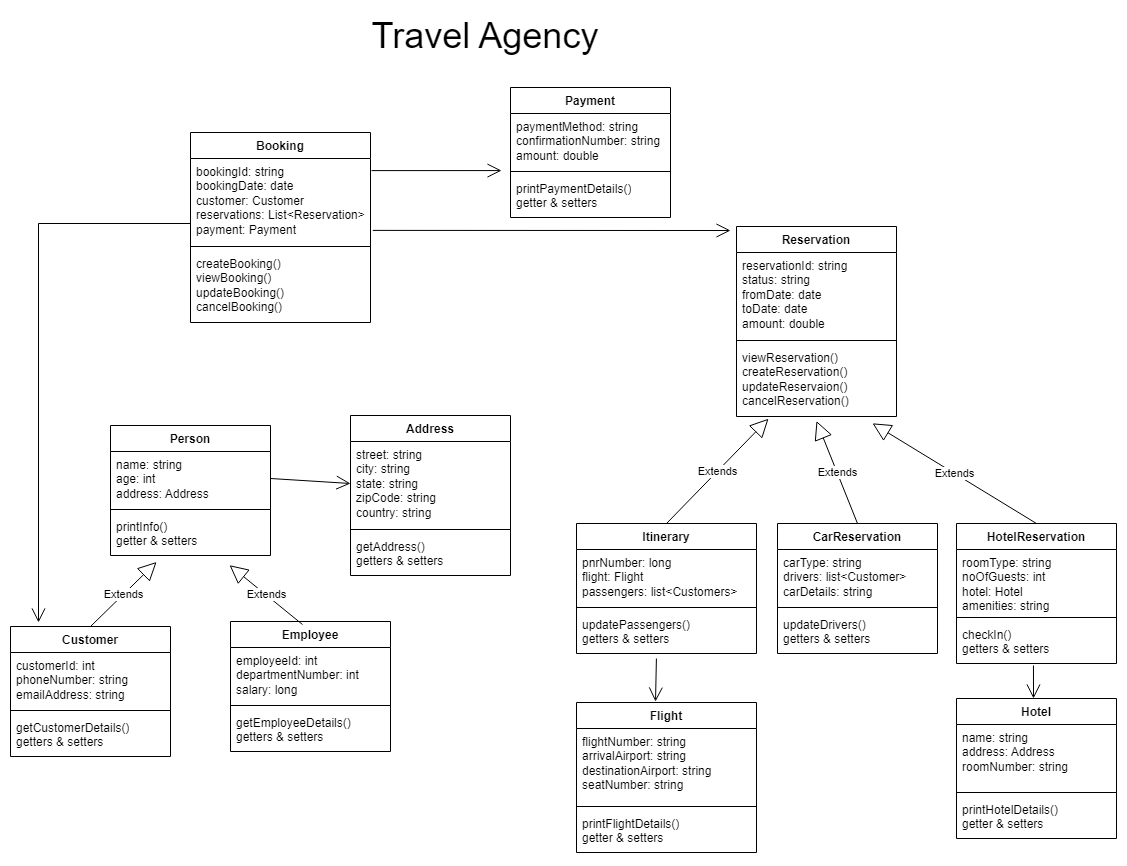
Before: TravelAgency.drawio.png, a diagram exported from draw.io (saranyag-solvd/Task-2-HW). Source tidied: cells renumbered, new cells last; positions are measured from the earlier drawing's top-left corner, leaving out a move shared by most shapes.
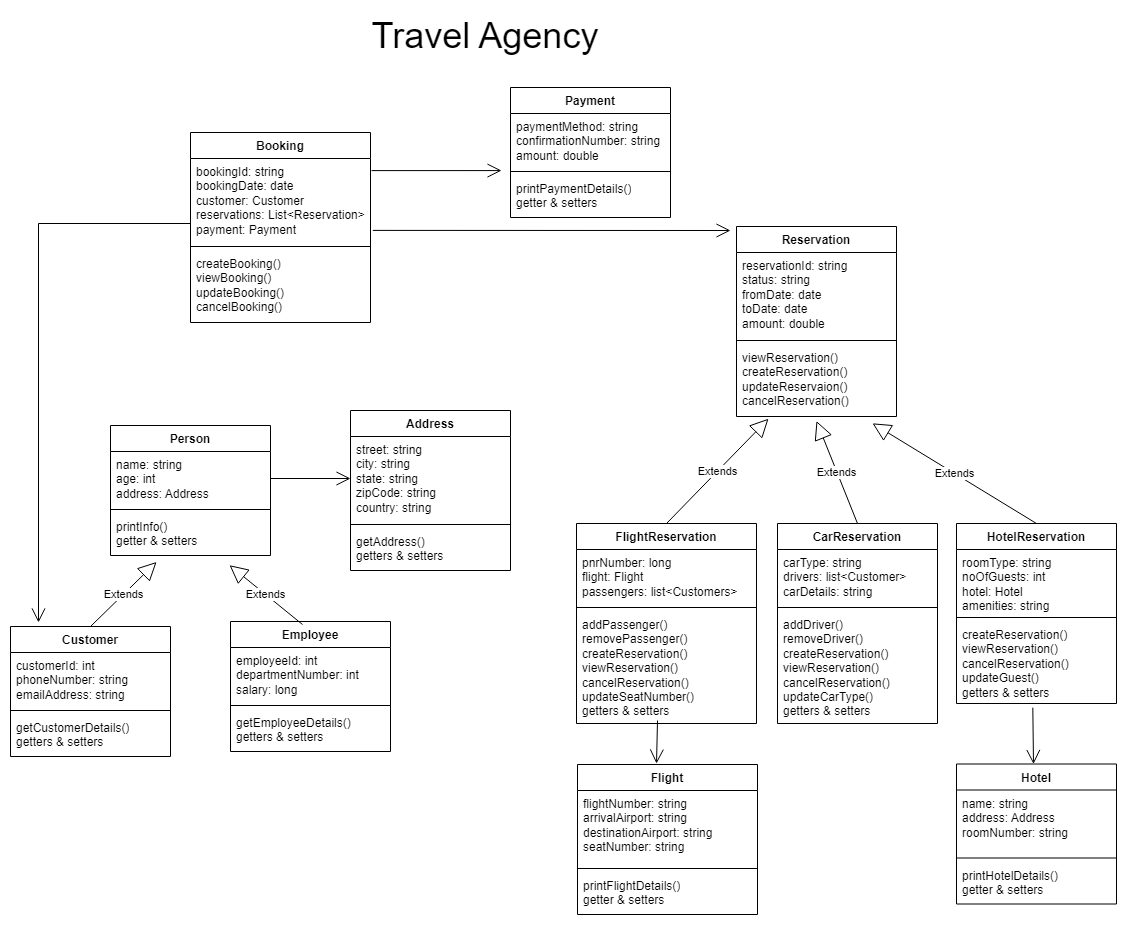
The same file after the commit.

Commit message:
Updated UML with latest methods

What changed in the source:
```diff
@@ -39,7 +39,7 @@
       <mxGeometry y="88" width="160" height="42" as="geometry" />
     </mxCell>
     <mxCell id="14" value="Address" style="swimlane;fontStyle=1;align=center;verticalAlign=top;horizontal=1;startSize=26;whiteSpace=wrap;html=1;" parent="1" vertex="1">
-      <mxGeometry x="340" y="405" width="160" height="160" as="geometry" />
+      <mxGeometry x="340" y="400" width="160" height="160" as="geometry" />
     </mxCell>
     <mxCell id="15" value="street: string&lt;br&gt;city: string&lt;br&gt;state: string&lt;br&gt;zipCode: string&lt;br&gt;country: string" style="text;strokeColor=none;fillColor=none;align=left;verticalAlign=top;spacingLeft=4;spacingRight=4;overflow=hidden;points=[[0,0.5],[1,0.5]];portConstraint=eastwest;whiteSpace=wrap;html=1;" parent="14" vertex="1">
       <mxGeometry y="26" width="160" height="84" as="geometry" />
@@ -62,8 +62,8 @@
     <mxCell id="21" value="createBooking()&lt;br&gt;viewBooking()&lt;br&gt;updateBooking()&lt;br&gt;cancelBooking()" style="text;strokeColor=none;fillColor=none;align=left;verticalAlign=top;spacingLeft=4;spacingRight=4;overflow=hidden;whiteSpace=wrap;html=1;" parent="18" vertex="1">
       <mxGeometry y="118" width="180" height="72" as="geometry" />
     </mxCell>
-    <mxCell id="22" value="Itinerary" style="swimlane;fontStyle=1;align=center;verticalAlign=top;horizontal=1;startSize=26;whiteSpace=wrap;html=1;" parent="1" vertex="1">
-      <mxGeometry x="566" y="513" width="180" height="130" as="geometry" />
+    <mxCell id="22" value="FlightReservation" style="swimlane;fontStyle=1;align=center;verticalAlign=top;horizontal=1;startSize=26;whiteSpace=wrap;html=1;" parent="1" vertex="1">
+      <mxGeometry x="566" y="513" width="180" height="200" as="geometry" />
     </mxCell>
     <mxCell id="23" value="pnrNumber: long&lt;br&gt;flight: Flight&lt;br&gt;passengers: list&amp;lt;Customers&amp;gt;" style="text;strokeColor=none;fillColor=none;align=left;verticalAlign=top;spacingLeft=4;spacingRight=4;overflow=hidden;whiteSpace=wrap;html=1;" parent="22" vertex="1">
       <mxGeometry y="26" width="180" height="54" as="geometry" />
@@ -71,8 +71,8 @@
     <mxCell id="24" style="line;strokeWidth=1;fillColor=none;align=left;verticalAlign=middle;spacingTop=-1;spacingLeft=3;spacingRight=3;labelPosition=right;strokeColor=inherit;" parent="22" vertex="1">
       <mxGeometry y="80" width="180" height="8" as="geometry" />
     </mxCell>
-    <mxCell id="25" value="updatePassengers()&lt;br&gt;getters &amp;amp; setters" style="text;strokeColor=none;fillColor=none;align=left;verticalAlign=top;spacingLeft=4;spacingRight=4;overflow=hidden;points=[[0,0.5],[1,0.5]];portConstraint=eastwest;whiteSpace=wrap;html=1;" parent="22" vertex="1">
-      <mxGeometry y="88" width="180" height="42" as="geometry" />
+    <mxCell id="25" value="addPassenger()&lt;br&gt;removePassenger()&lt;br&gt;createReservation()&lt;br&gt;viewReservation()&lt;br&gt;cancelReservation()&lt;br&gt;updateSeatNumber()&lt;br&gt;getters &amp;amp; setters" style="text;strokeColor=none;fillColor=none;align=left;verticalAlign=top;spacingLeft=4;spacingRight=4;overflow=hidden;points=[[0,0.5],[1,0.5]];portConstraint=eastwest;whiteSpace=wrap;html=1;" parent="22" vertex="1">
+      <mxGeometry y="88" width="180" height="112" as="geometry" />
     </mxCell>
     <mxCell id="26" value="Reservation" style="swimlane;fontStyle=1;align=center;verticalAlign=top;horizontal=1;startSize=26;whiteSpace=wrap;html=1;" parent="1" vertex="1">
       <mxGeometry x="726" y="216" width="160" height="190" as="geometry" />
@@ -99,7 +99,7 @@
       <mxGeometry y="88" width="160" height="42" as="geometry" />
     </mxCell>
     <mxCell id="34" value="Flight" style="swimlane;fontStyle=1;align=center;verticalAlign=top;horizontal=1;startSize=26;whiteSpace=wrap;html=1;" parent="1" vertex="1">
-      <mxGeometry x="566" y="692" width="180" height="150" as="geometry" />
+      <mxGeometry x="567" y="754" width="180" height="150" as="geometry" />
     </mxCell>
     <mxCell id="35" value="flightNumber: string&lt;br&gt;arrivalAirport: string&lt;br&gt;destinationAirport: string&lt;br&gt;seatNumber: string" style="text;strokeColor=none;fillColor=none;align=left;verticalAlign=top;spacingLeft=4;spacingRight=4;overflow=hidden;whiteSpace=wrap;html=1;" parent="34" vertex="1">
       <mxGeometry y="26" width="180" height="74" as="geometry" />
@@ -111,7 +111,7 @@
       <mxGeometry y="108" width="180" height="42" as="geometry" />
     </mxCell>
     <mxCell id="38" value="CarReservation" style="swimlane;fontStyle=1;align=center;verticalAlign=top;horizontal=1;startSize=26;whiteSpace=wrap;html=1;" parent="1" vertex="1">
-      <mxGeometry x="767" y="513" width="160" height="130" as="geometry" />
+      <mxGeometry x="767" y="513" width="160" height="200" as="geometry" />
     </mxCell>
     <mxCell id="39" value="carType: string&lt;br&gt;drivers: list&amp;lt;Customer&amp;gt;&lt;br&gt;carDetails: string" style="text;strokeColor=none;fillColor=none;align=left;verticalAlign=top;spacingLeft=4;spacingRight=4;overflow=hidden;whiteSpace=wrap;html=1;" parent="38" vertex="1">
       <mxGeometry y="26" width="160" height="54" as="geometry" />
@@ -119,11 +119,11 @@
     <mxCell id="40" style="line;strokeWidth=1;fillColor=none;align=left;verticalAlign=middle;spacingTop=-1;spacingLeft=3;spacingRight=3;labelPosition=right;strokeColor=inherit;" parent="38" vertex="1">
       <mxGeometry y="80" width="160" height="8" as="geometry" />
     </mxCell>
-    <mxCell id="41" value="updateDrivers()&lt;br&gt;getters &amp;amp; setters" style="text;strokeColor=none;fillColor=none;align=left;verticalAlign=top;spacingLeft=4;spacingRight=4;overflow=hidden;whiteSpace=wrap;html=1;" parent="38" vertex="1">
-      <mxGeometry y="88" width="160" height="42" as="geometry" />
+    <mxCell id="41" value="addDriver()&lt;br style=&quot;border-color: var(--border-color);&quot;&gt;removeDriver()&lt;br style=&quot;border-color: var(--border-color);&quot;&gt;createReservation()&lt;br style=&quot;border-color: var(--border-color);&quot;&gt;viewReservation()&lt;br style=&quot;border-color: var(--border-color);&quot;&gt;cancelReservation()&lt;br style=&quot;border-color: var(--border-color);&quot;&gt;updateCarType()&lt;br style=&quot;border-color: var(--border-color);&quot;&gt;getters &amp;amp; setters" style="text;strokeColor=none;fillColor=none;align=left;verticalAlign=top;spacingLeft=4;spacingRight=4;overflow=hidden;whiteSpace=wrap;html=1;" parent="38" vertex="1">
+      <mxGeometry y="88" width="160" height="112" as="geometry" />
     </mxCell>
     <mxCell id="42" value="HotelReservation" style="swimlane;fontStyle=1;align=center;verticalAlign=top;horizontal=1;startSize=26;whiteSpace=wrap;html=1;" parent="1" vertex="1">
-      <mxGeometry x="946" y="513" width="160" height="140" as="geometry" />
+      <mxGeometry x="946" y="513" width="160" height="180" as="geometry" />
     </mxCell>
     <mxCell id="43" value="roomType: string&lt;br&gt;noOfGuests: int&lt;br&gt;hotel: Hotel&lt;br&gt;amenities: string" style="text;strokeColor=none;fillColor=none;align=left;verticalAlign=top;spacingLeft=4;spacingRight=4;overflow=hidden;whiteSpace=wrap;html=1;" parent="42" vertex="1">
       <mxGeometry y="26" width="160" height="64" as="geometry" />
@@ -131,11 +131,11 @@
     <mxCell id="44" style="line;strokeWidth=1;fillColor=none;align=left;verticalAlign=middle;spacingTop=-1;spacingLeft=3;spacingRight=3;labelPosition=right;strokeColor=inherit;" parent="42" vertex="1">
       <mxGeometry y="90" width="160" height="8" as="geometry" />
     </mxCell>
-    <mxCell id="45" value="checkIn()&lt;br&gt;getters &amp;amp; setters" style="text;strokeColor=none;fillColor=none;align=left;verticalAlign=top;spacingLeft=4;spacingRight=4;overflow=hidden;points=[[0,0.5],[1,0.5]];portConstraint=eastwest;whiteSpace=wrap;html=1;" parent="42" vertex="1">
-      <mxGeometry y="98" width="160" height="42" as="geometry" />
+    <mxCell id="45" value="createReservation()&lt;br style=&quot;border-color: var(--border-color);&quot;&gt;viewReservation()&lt;br style=&quot;border-color: var(--border-color);&quot;&gt;cancelReservation()&lt;br style=&quot;border-color: var(--border-color);&quot;&gt;updateGuest()&lt;br&gt;getters &amp;amp; setters" style="text;strokeColor=none;fillColor=none;align=left;verticalAlign=top;spacingLeft=4;spacingRight=4;overflow=hidden;points=[[0,0.5],[1,0.5]];portConstraint=eastwest;whiteSpace=wrap;html=1;" parent="42" vertex="1">
+      <mxGeometry y="98" width="160" height="82" as="geometry" />
     </mxCell>
     <mxCell id="46" value="Hotel" style="swimlane;fontStyle=1;align=center;verticalAlign=top;horizontal=1;startSize=26;whiteSpace=wrap;html=1;" parent="1" vertex="1">
-      <mxGeometry x="946" y="688" width="160" height="140" as="geometry" />
+      <mxGeometry x="946" y="753.5" width="160" height="140" as="geometry" />
     </mxCell>
     <mxCell id="47" value="name: string&lt;br&gt;address: Address&lt;br&gt;roomNumber: string" style="text;strokeColor=none;fillColor=none;align=left;verticalAlign=top;spacingLeft=4;spacingRight=4;overflow=hidden;whiteSpace=wrap;html=1;" parent="46" vertex="1">
       <mxGeometry y="26" width="160" height="64" as="geometry" />
@@ -173,12 +173,14 @@
         <mxPoint x="292" y="614" as="sourcePoint" />
       </mxGeometry>
     </mxCell>
-    <mxCell id="56" style="endArrow=open;endFill=1;endSize=12;html=1;rounded=0;exitX=0.444;exitY=1.119;exitDx=0;exitDy=0;entryX=0.439;entryY=-0.006;entryDx=0;entryDy=0;entryPerimeter=0;exitPerimeter=0;" parent="1" edge="1" source="25" target="34">
-      <mxGeometry relative="1" as="geometry" />
+    <mxCell id="56" style="endArrow=open;endFill=1;endSize=12;html=1;rounded=0;entryX=0.439;entryY=-0.006;entryDx=0;entryDy=0;entryPerimeter=0;" parent="1" edge="1" target="34">
+      <mxGeometry relative="1" as="geometry">
+        <mxPoint x="647" y="710" as="sourcePoint" />
+      </mxGeometry>
     </mxCell>
-    <mxCell id="57" style="endArrow=open;endFill=1;endSize=12;html=1;rounded=0;exitX=0.481;exitY=1.047;exitDx=0;exitDy=0;exitPerimeter=0;" parent="1" edge="1" source="45">
+    <mxCell id="57" style="endArrow=open;endFill=1;endSize=12;html=1;rounded=0;exitX=0.477;exitY=1.051;exitDx=0;exitDy=0;exitPerimeter=0;" parent="1" edge="1" source="45">
       <mxGeometry relative="1" as="geometry">
-        <mxPoint x="1023" y="688" as="targetPoint" />
+        <mxPoint x="1023" y="753.5" as="targetPoint" />
       </mxGeometry>
     </mxCell>
     <mxCell id="58" value="Extends" style="endArrow=block;endSize=16;endFill=0;html=1;rounded=0;exitX=0.5;exitY=0;exitDx=0;exitDy=0;entryX=0.2;entryY=1.031;entryDx=0;entryDy=0;entryPerimeter=0;" parent="1" edge="1" source="22" target="29">
```
